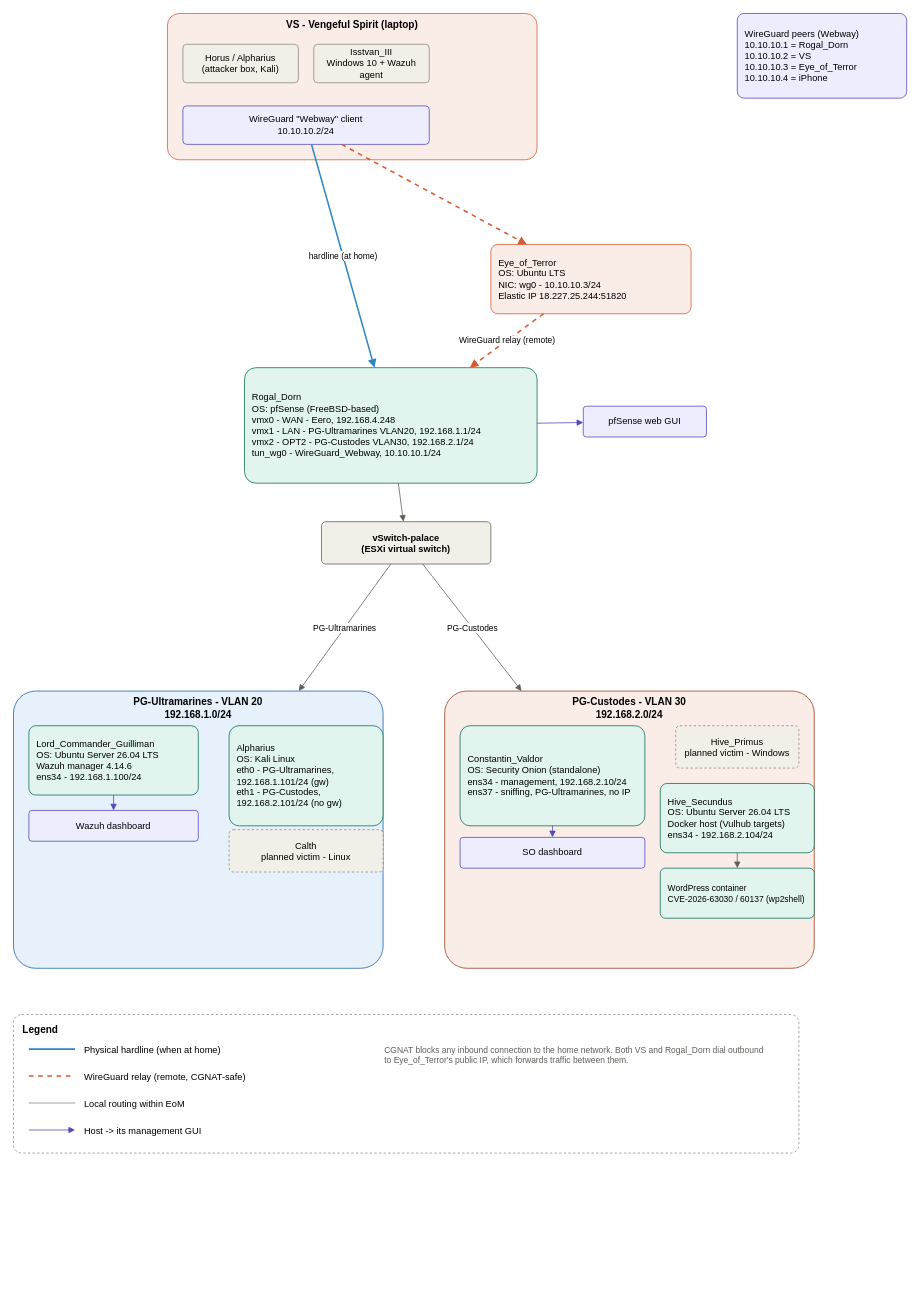
Before: diagrams/Empire_of_Man_Topology.drawio in tcmcgahanred/Empire_of_Man, a draw.io diagram. Source tidied: cells renumbered, new cells numbered last; positions are measured from the earlier drawing's top-left corner, leaving out a move shared by most shapes. Both pictures are drawn from the tidied source at 77%, with x=0, y=0 at pixel (13, 13).
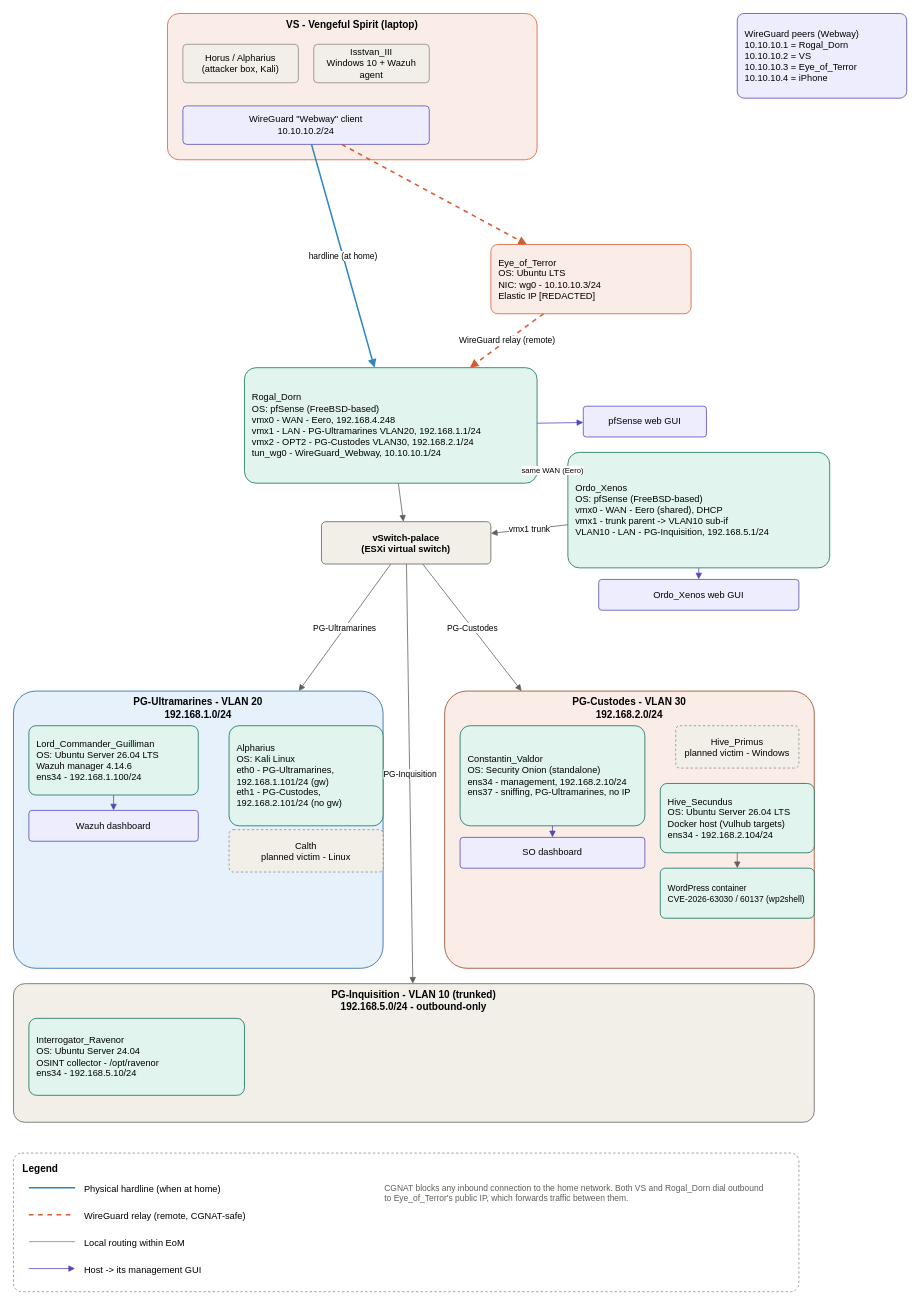
The same page after the edit.

Unchanged cells that the change refers to:
```xml
<mxCell id="8" value="Rogal_Dorn&#10;OS: pfSense (FreeBSD-based)&#10;vmx0 - WAN - Eero, 192.168.4.248&#10;vmx1 - LAN - PG-Ultramarines VLAN20, 192.168.1.1/24&#10;vmx2 - OPT2 - PG-Custodes VLAN30, 192.168.2.1/24&#10;tun_wg0 - WireGuard_Webway, 10.10.10.1/24" style="whiteSpace=wrap;html=1;rounded=1;arcSize=10;fillColor=#E1F5EE;strokeColor=#0F6E56;align=left;spacingLeft=8;fontSize=12;" parent="1" vertex="1">
  <mxGeometry x="300" y="460" width="380" height="150" as="geometry" />
</mxCell>
<mxCell id="11" value="vSwitch-palace&#10;(ESXi virtual switch)" style="whiteSpace=wrap;html=1;rounded=1;arcSize=10;fillColor=#F1EFE8;strokeColor=#5F5E5A;fontStyle=1;" parent="1" vertex="1">
  <mxGeometry x="400" y="660" width="220" height="55" as="geometry" />
</mxCell>
```

Diff of the diagram source:
```diff
@@
-    <mxCell id="6" value="Eye_of_Terror&#10;OS: Ubuntu LTS&#10;NIC: wg0 - 10.10.10.3/24&#10;Elastic IP 18.227.25.244:51820" style="whiteSpace=wrap;html=1;rounded=1;arcSize=10;fillColor=#FAECE7;strokeColor=#D85A30;align=left;spacingLeft=8;" parent="1" vertex="1">
+    <mxCell id="6" value="Eye_of_Terror&#10;OS: Ubuntu LTS&#10;NIC: wg0 - 10.10.10.3/24&#10;Elastic IP [REDACTED]" style="whiteSpace=wrap;html=1;rounded=1;arcSize=10;fillColor=#FAECE7;strokeColor=#D85A30;align=left;spacingLeft=8;" parent="1" vertex="1">
       <mxGeometry x="620" y="300" width="260" height="90" as="geometry" />
     </mxCell>
@@
+    <mxCell id="42" value="Ordo_Xenos&#10;OS: pfSense (FreeBSD-based)&#10;vmx0 - WAN - Eero (shared), DHCP&#10;vmx1 - trunk parent -&gt; VLAN10 sub-if&#10;VLAN10 - LAN - PG-Inquisition, 192.168.5.1/24" style="whiteSpace=wrap;html=1;rounded=1;arcSize=10;fillColor=#E1F5EE;strokeColor=#0F6E56;align=left;spacingLeft=8;fontSize=12;" parent="1" vertex="1">
+      <mxGeometry x="720" y="570" width="340" height="150" as="geometry" />
+    </mxCell>
+    <mxCell id="43" value="Ordo_Xenos web GUI" style="whiteSpace=wrap;html=1;rounded=1;arcSize=10;fillColor=#EEEDFE;strokeColor=#534AB7;" parent="1" vertex="1">
+      <mxGeometry x="760" y="735" width="260" height="40" as="geometry" />
+    </mxCell>
+    <mxCell id="44" style="endArrow=block;html=1;strokeColor=#534AB7;" parent="1" edge="1" source="42" target="43">
+      <mxGeometry relative="1" as="geometry" />
+    </mxCell>
+    <mxCell id="45" value="same WAN (Eero)" style="endArrow=none;html=1;strokeColor=#888780;dashed=1;fontSize=10;" parent="1" edge="1" source="8" target="42">
+      <mxGeometry relative="1" as="geometry" />
+    </mxCell>
+    <mxCell id="46" value="vmx1 trunk" style="endArrow=block;html=1;strokeColor=#5F5E5A;fontSize=11;" parent="1" edge="1" source="42" target="11">
+      <mxGeometry relative="1" as="geometry" />
+    </mxCell>
+    <mxCell id="47" value="PG-Inquisition" style="endArrow=block;html=1;strokeColor=#5F5E5A;fontSize=11;" parent="1" edge="1" source="11" target="48">
+      <mxGeometry relative="1" as="geometry" />
+    </mxCell>
@@
+    <mxCell id="48" value="PG-Inquisition - VLAN 10 (trunked)&#10;192.168.5.0/24 - outbound-only" style="whiteSpace=wrap;html=1;rounded=1;arcSize=8;fillColor=#F1EFE8;strokeColor=#5F5E5A;verticalAlign=top;fontStyle=1;fontSize=13;" parent="1" vertex="1">
+      <mxGeometry y="1260" width="1040" height="180" as="geometry" />
+    </mxCell>
+    <mxCell id="49" value="Interrogator_Ravenor&#10;OS: Ubuntu Server 24.04&#10;OSINT collector - /opt/ravenor&#10;ens34 - 192.168.5.10/24" style="whiteSpace=wrap;html=1;rounded=1;arcSize=10;fillColor=#E1F5EE;strokeColor=#0F6E56;align=left;spacingLeft=8;fontSize=12;" parent="1" vertex="1">
+      <mxGeometry x="20" y="1305" width="280" height="100" as="geometry" />
+    </mxCell>
     <mxCell id="32" value="Legend" style="whiteSpace=wrap;html=1;rounded=1;arcSize=6;dashed=1;strokeColor=#888780;fillColor=none;verticalAlign=top;fontStyle=1;fontSize=13;align=left;spacingLeft=10;spacingTop=6;" parent="1" vertex="1">
-      <mxGeometry y="1300" width="1020" height="180" as="geometry" />
+      <mxGeometry y="1480" width="1020" height="180" as="geometry" />
     </mxCell>
     <mxCell id="33" style="endArrow=none;html=1;strokeColor=#2E86C1;strokeWidth=2;" parent="1" edge="1">
       <mxGeometry relative="1" as="geometry">
-        <mxPoint x="20" y="1345" as="sourcePoint" />
-        <mxPoint x="80" y="1345" as="targetPoint" />
+        <mxPoint x="20" y="1525" as="sourcePoint" />
+        <mxPoint x="80" y="1525" as="targetPoint" />
       </mxGeometry>
     </mxCell>
     <mxCell id="34" value="Physical hardline (when at home)" style="text;html=1;align=left;fontSize=12;" parent="1" vertex="1">
-      <mxGeometry x="90" y="1333" width="320" height="24" as="geometry" />
+      <mxGeometry x="90" y="1513" width="320" height="24" as="geometry" />
     </mxCell>
     <mxCell id="35" style="endArrow=none;html=1;strokeColor=#D85A30;dashed=1;strokeWidth=2;" parent="1" edge="1">
       <mxGeometry relative="1" as="geometry">
-        <mxPoint x="20" y="1380" as="sourcePoint" />
-        <mxPoint x="80" y="1380" as="targetPoint" />
+        <mxPoint x="20" y="1560" as="sourcePoint" />
+        <mxPoint x="80" y="1560" as="targetPoint" />
       </mxGeometry>
     </mxCell>
     <mxCell id="36" value="WireGuard relay (remote, CGNAT-safe)" style="text;html=1;align=left;fontSize=12;" parent="1" vertex="1">
-      <mxGeometry x="90" y="1368" width="320" height="24" as="geometry" />
+      <mxGeometry x="90" y="1548" width="320" height="24" as="geometry" />
     </mxCell>
     <mxCell id="37" style="endArrow=none;html=1;strokeColor=#888780;strokeWidth=1;" parent="1" edge="1">
       <mxGeometry relative="1" as="geometry">
-        <mxPoint x="20" y="1415" as="sourcePoint" />
-        <mxPoint x="80" y="1415" as="targetPoint" />
+        <mxPoint x="20" y="1595" as="sourcePoint" />
+        <mxPoint x="80" y="1595" as="targetPoint" />
       </mxGeometry>
     </mxCell>
     <mxCell id="38" value="Local routing within EoM" style="text;html=1;align=left;fontSize=12;" parent="1" vertex="1">
-      <mxGeometry x="90" y="1403" width="320" height="24" as="geometry" />
+      <mxGeometry x="90" y="1583" width="320" height="24" as="geometry" />
     </mxCell>
     <mxCell id="39" style="endArrow=block;html=1;strokeColor=#534AB7;" parent="1" edge="1">
       <mxGeometry relative="1" as="geometry">
-        <mxPoint x="20" y="1450" as="sourcePoint" />
-        <mxPoint x="80" y="1450" as="targetPoint" />
+        <mxPoint x="20" y="1630" as="sourcePoint" />
+        <mxPoint x="80" y="1630" as="targetPoint" />
       </mxGeometry>
     </mxCell>
     <mxCell id="40" value="Host -&gt; its management GUI" style="text;html=1;align=left;fontSize=12;" parent="1" vertex="1">
-      <mxGeometry x="90" y="1438" width="320" height="24" as="geometry" />
+      <mxGeometry x="90" y="1618" width="320" height="24" as="geometry" />
     </mxCell>
     <mxCell id="41" value="CGNAT blocks any inbound connection to the home network. Both VS and Rogal_Dorn dial outbound to Eye_of_Terror's public IP, which forwards traffic between them." style="text;html=1;align=left;fontSize=11;fontColor=#5F5E5A;whiteSpace=wrap;" parent="1" vertex="1">
-      <mxGeometry x="480" y="1333" width="500" height="80" as="geometry" />
+      <mxGeometry x="480" y="1513" width="500" height="80" as="geometry" />
     </mxCell>
```
